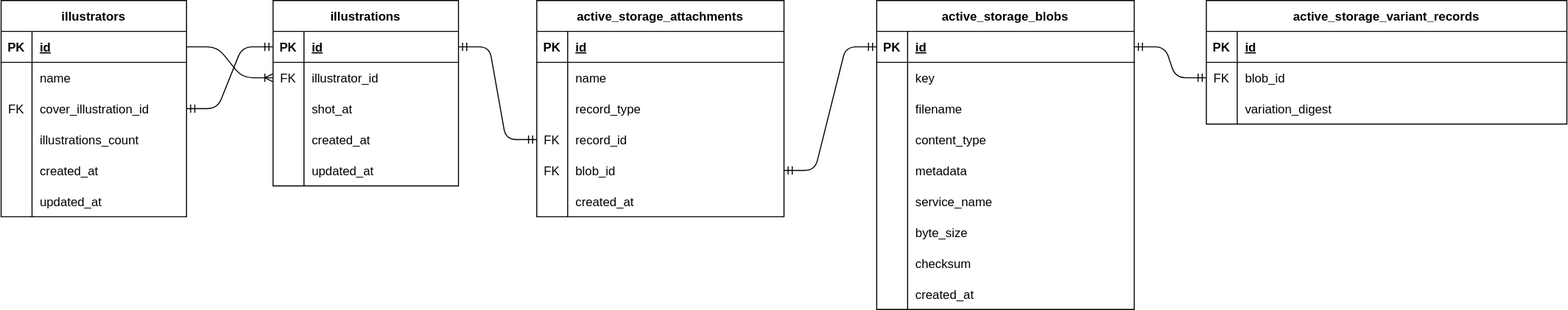
Earlier version of the draw.io export docs/public/database-schema.svg (lawnmower-74/xxx-photos). Source tidied: cells renumbered, new cells last; positions are measured from the earlier drawing's top-left corner, leaving out a move shared by most shapes.
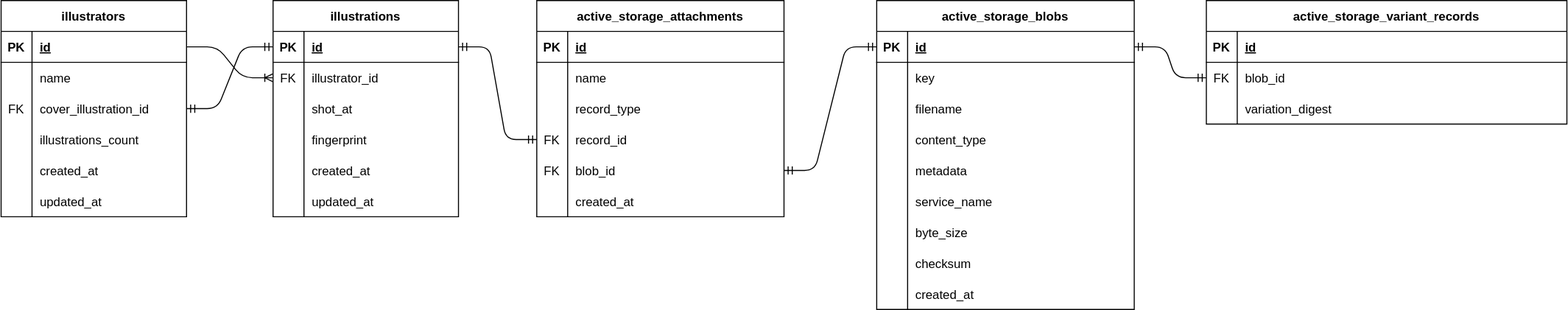
Above is the later version.

The edit, as a diff of the source:
```diff
@@ -60,7 +60,7 @@
       <mxGeometry x="30" width="150" height="30" as="geometry" />
     </mxCell>
     <mxCell id="21" value="illustrations" style="shape=table;startSize=30;rowLines=0;fontStyle=1;align=center;" parent="1" vertex="1">
-      <mxGeometry x="264" width="180" height="180" as="geometry" />
+      <mxGeometry x="264" width="180" height="210" as="geometry" />
     </mxCell>
     <mxCell id="22" style="shape=tableRow;horizontal=0;startSize=0;swimlaneHead=0;swimlaneBody=0;fillColor=none;points=[[0,0.5],[1,0.5]];portConstraint=eastwest;top=0;left=0;right=0;bottom=1;" parent="21" vertex="1">
       <mxGeometry y="30" width="180" height="30" as="geometry" />
@@ -89,8 +89,17 @@
     <mxCell id="30" value="shot_at" style="shape=partialRectangle;fillColor=none;top=0;left=0;bottom=0;right=0;align=left;spacingLeft=6;overflow=hidden;" parent="28" vertex="1">
       <mxGeometry x="30" width="150" height="30" as="geometry" />
     </mxCell>
+    <mxCell id="99" style="shape=tableRow;horizontal=0;startSize=0;swimlaneHead=0;swimlaneBody=0;fillColor=none;top=0;left=0;right=0;bottom=0;" parent="21" vertex="1">
+      <mxGeometry y="120" width="180" height="30" as="geometry" />
+    </mxCell>
+    <mxCell id="100" style="shape=partialRectangle;fillColor=none;top=0;left=0;bottom=0;right=0;overflow=hidden;" parent="99" vertex="1">
+      <mxGeometry width="30" height="30" as="geometry" />
+    </mxCell>
+    <mxCell id="101" value="fingerprint" style="shape=partialRectangle;fillColor=none;top=0;left=0;bottom=0;right=0;align=left;spacingLeft=6;overflow=hidden;" parent="99" vertex="1">
+      <mxGeometry x="30" width="150" height="30" as="geometry" />
+    </mxCell>
     <mxCell id="31" style="shape=tableRow;horizontal=0;startSize=0;swimlaneHead=0;swimlaneBody=0;fillColor=none;top=0;left=0;right=0;bottom=0;" parent="21" vertex="1">
-      <mxGeometry y="120" width="180" height="30" as="geometry" />
+      <mxGeometry y="150" width="180" height="30" as="geometry" />
     </mxCell>
     <mxCell id="32" style="shape=partialRectangle;fillColor=none;top=0;left=0;bottom=0;right=0;overflow=hidden;" parent="31" vertex="1">
       <mxGeometry width="30" height="30" as="geometry" />
@@ -99,7 +108,7 @@
       <mxGeometry x="30" width="150" height="30" as="geometry" />
     </mxCell>
     <mxCell id="34" style="shape=tableRow;horizontal=0;startSize=0;swimlaneHead=0;swimlaneBody=0;fillColor=none;top=0;left=0;right=0;bottom=0;" parent="21" vertex="1">
-      <mxGeometry y="150" width="180" height="30" as="geometry" />
+      <mxGeometry y="180" width="180" height="30" as="geometry" />
     </mxCell>
     <mxCell id="35" style="shape=partialRectangle;fillColor=none;top=0;left=0;bottom=0;right=0;overflow=hidden;" parent="34" vertex="1">
       <mxGeometry width="30" height="30" as="geometry" />
```
